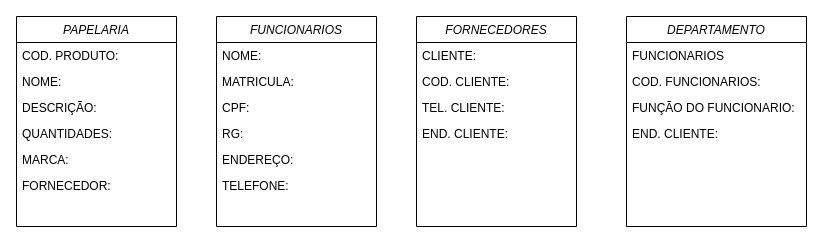
Earlier version of the draw.io diagram ATIVIDADE 01.drawio (AlbertBarros/atividades-curso-). Source tidied: cells renumbered, new cells numbered last; positions are measured from the earlier drawing's top-left corner, leaving out a move shared by most shapes. Both pictures are drawn from the tidied source at 100%, with x=0, y=0 at pixel (16, 16).
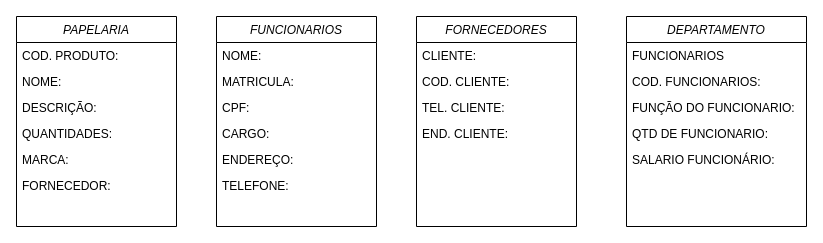
After the change.

Unchanged cells that the change refers to:
```xml
<mxCell id="9" value="FUNCIONARIOS" style="swimlane;fontStyle=2;align=center;verticalAlign=top;horizontal=1;startSize=26;rounded=0;shadow=0;strokeWidth=1;" parent="1" vertex="1">
  <mxGeometry x="200" width="160" height="210" as="geometry" />
</mxCell>
<mxCell id="21" value="DEPARTAMENTO" style="swimlane;fontStyle=2;align=center;verticalAlign=top;horizontal=1;startSize=26;rounded=0;shadow=0;strokeWidth=1;" parent="1" vertex="1">
  <mxGeometry x="610" width="180" height="210" as="geometry" />
</mxCell>
```

What changed in the source:
```diff
@@
-    <mxCell id="13" value="RG:" style="text;align=left;verticalAlign=top;spacingLeft=4;spacingRight=4;overflow=hidden;" parent="9" vertex="1">
+    <mxCell id="13" value="CARGO:" style="text;align=left;verticalAlign=top;spacingLeft=4;spacingRight=4;overflow=hidden;" parent="9" vertex="1">
       <mxGeometry y="104" width="160" height="26" as="geometry" />
     </mxCell>
@@
-    <mxCell id="25" value="END. CLIENTE:" style="text;align=left;verticalAlign=top;spacingLeft=4;spacingRight=4;overflow=hidden;" parent="21" vertex="1">
+    <mxCell id="25" value="QTD DE FUNCIONARIO:" style="text;align=left;verticalAlign=top;spacingLeft=4;spacingRight=4;overflow=hidden;" parent="21" vertex="1">
       <mxGeometry y="104" width="180" height="26" as="geometry" />
     </mxCell>
+    <mxCell id="26" value="SALARIO FUNCIONÁRIO:" style="text;align=left;verticalAlign=top;spacingLeft=4;spacingRight=4;overflow=hidden;" parent="21" vertex="1">
+      <mxGeometry y="130" width="180" height="26" as="geometry" />
+    </mxCell>
```
